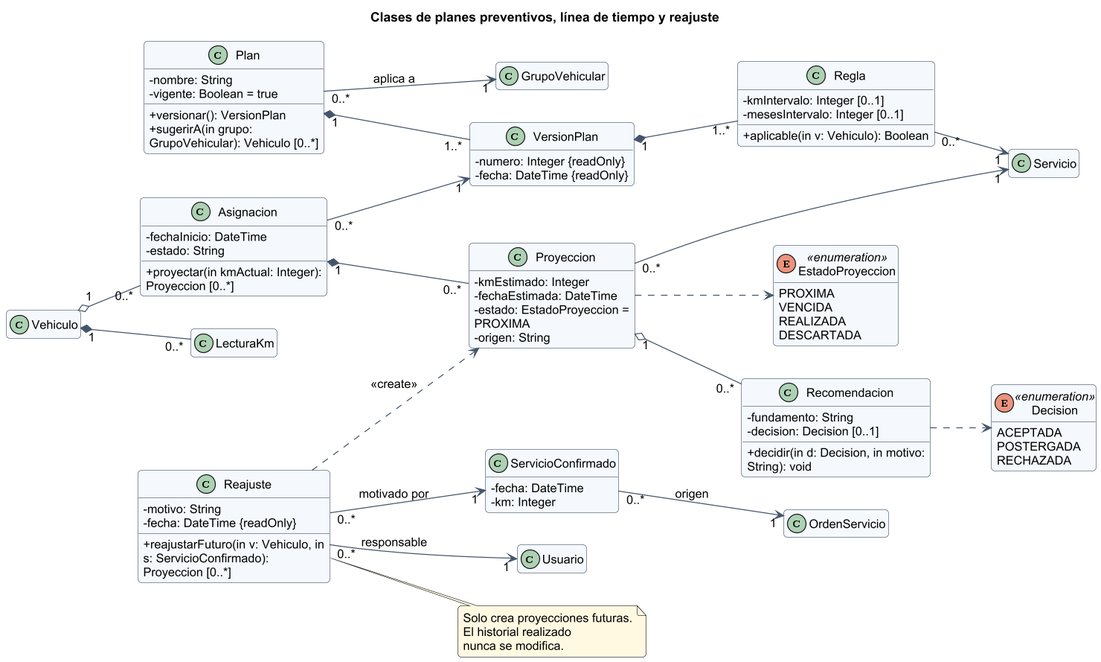
Above: diagramas/tesis/png/DCL-003_clases_planes_y_reajuste.png in AlvaroMachaca05Dev/Tesis_Posventa (PlantUML), before the change.
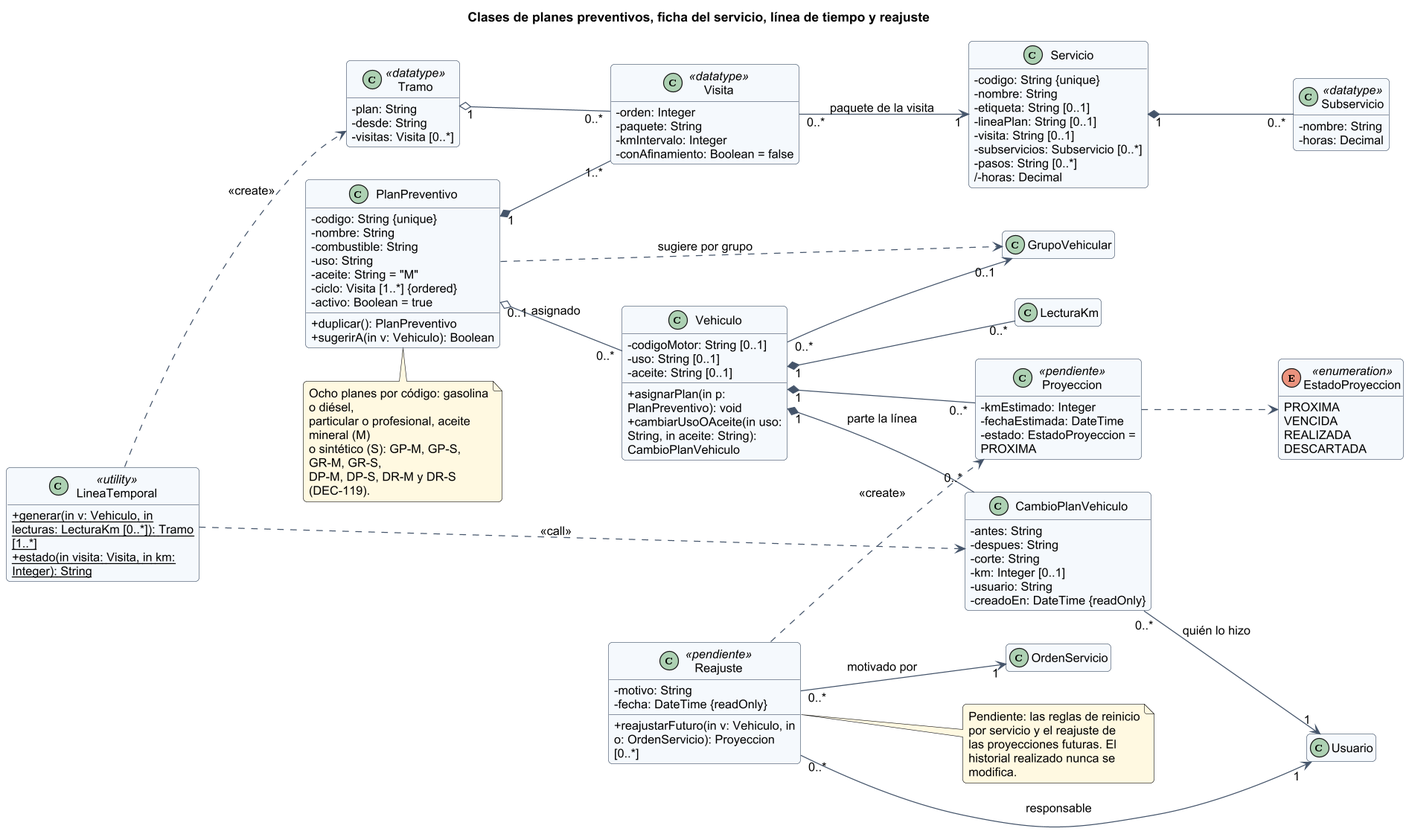
Later version of the same file.

Diff of the diagram source:
```diff
@@ -1,6 +1,6 @@
 @startuml
 !include _estilo.iuml
-title Clases de planes preventivos, línea de tiempo y reajuste
+title Clases de planes preventivos, ficha del servicio, línea de tiempo y reajuste
 left to right direction
 enum EstadoProyeccion <<enumeration>> {
   PROXIMA
@@ -8,72 +8,92 @@
   REALIZADA
   DESCARTADA
 }
-enum Decision <<enumeration>> {
-  ACEPTADA
-  POSTERGADA
-  RECHAZADA
+class PlanPreventivo {
+  -codigo: String {unique}
+  -nombre: String
+  -combustible: String
+  -uso: String
+  -aceite: String = "M"
+  -ciclo: Visita [1..*] {ordered}
+  -activo: Boolean = true
+  +duplicar(): PlanPreventivo
+  +sugerirA(in v: Vehiculo): Boolean
 }
-class Plan {
+class Visita <<datatype>> {
+  -orden: Integer
+  -paquete: String
+  -kmIntervalo: Integer
+  -conAfinamiento: Boolean = false
+}
+class Servicio {
+  -codigo: String {unique}
   -nombre: String
-  -vigente: Boolean = true
-  +versionar(): VersionPlan
-  +sugerirA(in grupo: GrupoVehicular): Vehiculo [0..*]
+  -etiqueta: String [0..1]
+  -lineaPlan: String [0..1]
+  -visita: String [0..1]
+  -subservicios: Subservicio [0..*]
+  -pasos: String [0..*]
+  /-horas: Decimal
 }
-class VersionPlan {
-  -numero: Integer {readOnly}
-  -fecha: DateTime {readOnly}
+class Subservicio <<datatype>> {
+  -nombre: String
+  -horas: Decimal
 }
-class Regla {
-  -kmIntervalo: Integer [0..1]
-  -mesesIntervalo: Integer [0..1]
-  +aplicable(in v: Vehiculo): Boolean
+class Vehiculo {
+  -codigoMotor: String [0..1]
+  -uso: String [0..1]
+  -aceite: String [0..1]
+  +asignarPlan(in p: PlanPreventivo): void
+  +cambiarUsoOAceite(in uso: String, in aceite: String): CambioPlanVehiculo
 }
-class Asignacion {
-  -fechaInicio: DateTime
-  -estado: String
-  +proyectar(in kmActual: Integer): Proyeccion [0..*]
+class CambioPlanVehiculo {
+  -antes: String
+  -despues: String
+  -corte: String
+  -km: Integer [0..1]
+  -usuario: String
+  -creadoEn: DateTime {readOnly}
 }
-class Proyeccion {
+class LineaTemporal <<utility>> {
+  {static} +generar(in v: Vehiculo, in lecturas: LecturaKm [0..*]): Tramo [1..*]
+  {static} +estado(in visita: Visita, in km: Integer): String
+}
+class Tramo <<datatype>> {
+  -plan: String
+  -desde: String
+  -visitas: Visita [0..*]
+}
+class GrupoVehicular
+class LecturaKm
+class OrdenServicio
+class Usuario
+class Proyeccion <<pendiente>> {
   -kmEstimado: Integer
   -fechaEstimada: DateTime
   -estado: EstadoProyeccion = PROXIMA
-  -origen: String
 }
-class Recomendacion {
-  -fundamento: String
-  -decision: Decision [0..1]
-  +decidir(in d: Decision, in motivo: String): void
-}
-class ServicioConfirmado {
-  -fecha: DateTime
-  -km: Integer
-}
-class Reajuste {
+class Reajuste <<pendiente>> {
   -motivo: String
   -fecha: DateTime {readOnly}
-  +reajustarFuturo(in v: Vehiculo, in s: ServicioConfirmado): Proyeccion [0..*]
+  +reajustarFuturo(in v: Vehiculo, in o: OrdenServicio): Proyeccion [0..*]
 }
-class GrupoVehicular
-class Servicio
-class Vehiculo
-class LecturaKm
-class OrdenServicio
-class Usuario
-Plan "1" *-- "1..*" VersionPlan
-VersionPlan "1" *-- "1..*" Regla
-Regla "0..*" --> "1" Servicio
-Plan "0..*" --> "1" GrupoVehicular : aplica a
-Vehiculo "1" o-- "0..*" Asignacion
-Asignacion "0..*" --> "1" VersionPlan
-Asignacion "1" *-- "0..*" Proyeccion
-Proyeccion "0..*" --> "1" Servicio
-Proyeccion "1" o-- "0..*" Recomendacion
+PlanPreventivo "1" *-- "1..*" Visita
+Visita "0..*" --> "1" Servicio : paquete de la visita
+Servicio "1" *-- "0..*" Subservicio
+PlanPreventivo "0..1" o-- "0..*" Vehiculo : asignado
+PlanPreventivo ..> GrupoVehicular : sugiere por grupo
+Vehiculo "0..*" --> "0..1" GrupoVehicular
 Vehiculo "1" *-- "0..*" LecturaKm
-ServicioConfirmado "0..*" --> "1" OrdenServicio : origen
-Reajuste "0..*" --> "1" ServicioConfirmado : motivado por
+Vehiculo "1" *-- "0..*" CambioPlanVehiculo : parte la línea
+CambioPlanVehiculo "0..*" --> "1" Usuario : quién lo hizo
+LineaTemporal ..> Tramo : <<create>>
+LineaTemporal ..> CambioPlanVehiculo : <<call>>
+Tramo "1" o-- "0..*" Visita
+Vehiculo "1" *-- "0..*" Proyeccion
+Reajuste "0..*" --> "1" OrdenServicio : motivado por
 Reajuste "0..*" --> "1" Usuario : responsable
 Reajuste ..> Proyeccion : <<create>>
 Proyeccion ..> EstadoProyeccion
-Recomendacion ..> Decision
-note right of Reajuste : Solo crea proyecciones futuras.\nEl historial realizado\nnunca se modifica.
+note right of Reajuste : Pendiente: las reglas de reinicio\npor servicio y el reajuste de\nlas proyecciones futuras. El\nhistorial realizado nunca se modifica.
+note bottom of PlanPreventivo : Ocho planes por código: gasolina o diésel,\nparticular o profesional, aceite mineral (M)\no sintético (S): GP-M, GP-S, GR-M, GR-S,\nDP-M, DP-S, DR-M y DR-S (DEC-119).
 @enduml
```
